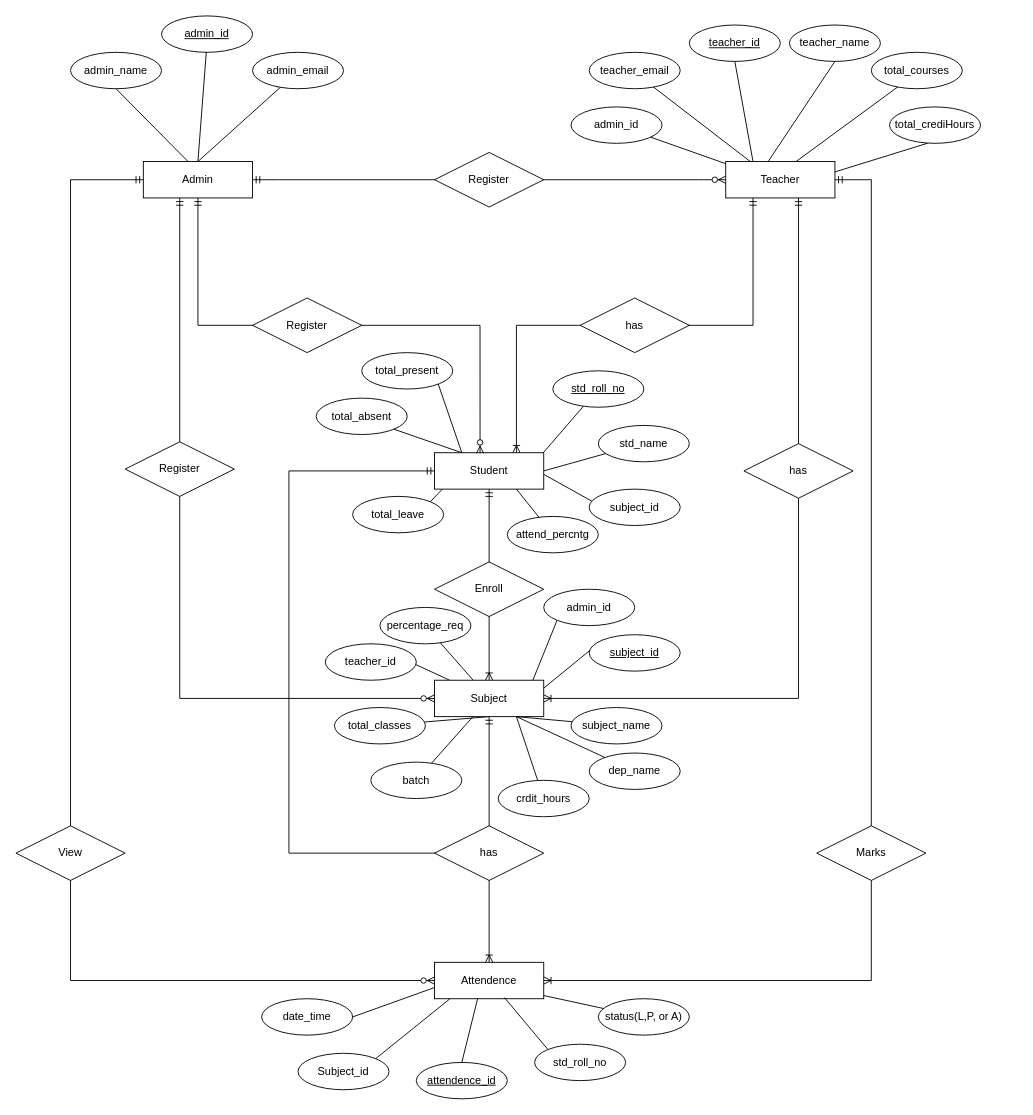
Before: Erd(attendance_manager).drawio in Muradali-786/fyp-thesis, a draw.io diagram. Source tidied: cells renumbered, new cells numbered last; positions are measured from the earlier drawing's top-left corner, leaving out a move shared by most shapes. Both pictures are drawn from the tidied source at 91%, with x=0, y=0 at pixel (15, 15).
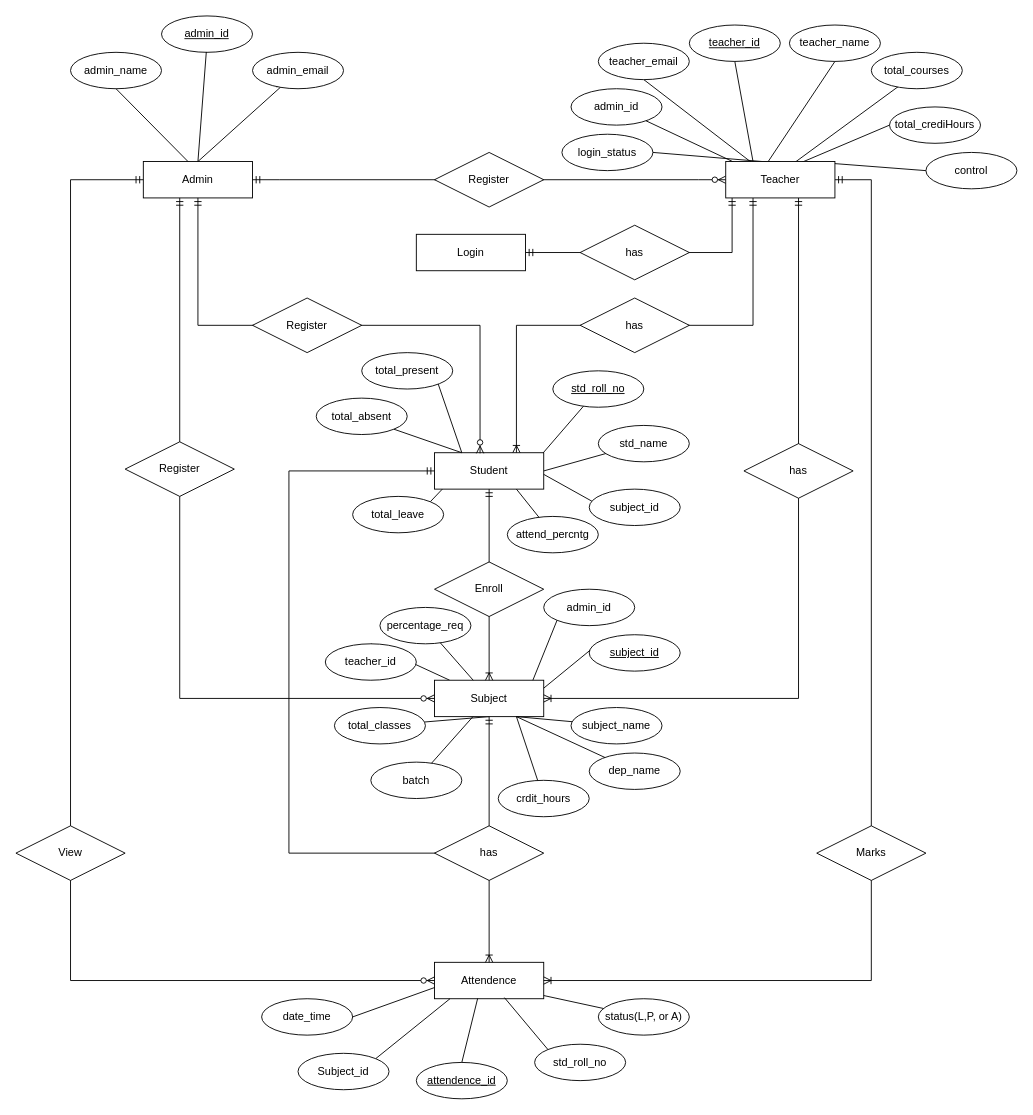
Above is the later version.

Commit message (it also covers changes not shown here):
erd and thesis re-correct

The change refers to these unchanged cells:
```xml
<mxCell id="62" value="total_crediHours" style="ellipse;whiteSpace=wrap;html=1;align=center;" parent="1" vertex="1">
  <mxGeometry x="960" y="100" width="100" height="40" as="geometry" />
</mxCell>
```

Diff of the diagram source:
```diff
@@
+    <mxCell id="87" style="endArrow=none;html=1;rounded=0;entryX=0;entryY=0.5;entryDx=0;entryDy=0;exitX=0.75;exitY=0;exitDx=0;exitDy=0;" parent="1" edge="1" source="20" target="93">
+      <mxGeometry relative="1" as="geometry" />
+    </mxCell>
@@
-    <mxCell id="12" style="endArrow=none;html=1;rounded=0;exitX=0.25;exitY=0;exitDx=0;exitDy=0;entryX=0.419;entryY=0.997;entryDx=0;entryDy=0;entryPerimeter=0;" parent="1" edge="1" target="62">
-      <mxGeometry relative="1" as="geometry">
-        <mxPoint x="840" y="190" as="sourcePoint" />
-      </mxGeometry>
+    <mxCell id="12" style="endArrow=none;html=1;rounded=0;entryX=0;entryY=0.5;entryDx=0;entryDy=0;exitX=0.686;exitY=0.035;exitDx=0;exitDy=0;exitPerimeter=0;" parent="1" edge="1" source="20" target="62">
+      <mxGeometry relative="1" as="geometry" />
     </mxCell>
@@
-    <mxCell id="20" value="Teacher" style="whiteSpace=wrap;html=1;align=center;" parent="1" vertex="1">
-      <mxGeometry x="780" y="160" width="120" height="40" as="geometry" />
-    </mxCell>
@@
     <mxCell id="60" value="teacher_email" style="ellipse;whiteSpace=wrap;html=1;align=center;" parent="1" vertex="1">
-      <mxGeometry x="630" y="40" width="100" height="40" as="geometry" />
+      <mxGeometry x="640" y="30" width="100" height="40" as="geometry" />
     </mxCell>
@@
     <mxCell id="85" value="admin_id" style="ellipse;whiteSpace=wrap;html=1;align=center;" parent="1" vertex="1">
-      <mxGeometry x="610" y="100" width="100" height="40" as="geometry" />
+      <mxGeometry x="610" y="80" width="100" height="40" as="geometry" />
     </mxCell>
@@
+    <mxCell id="88" style="fontSize=12;html=1;endArrow=ERmandOne;startArrow=ERmandOne;rounded=0;edgeStyle=orthogonalEdgeStyle;entryX=1;entryY=0.5;entryDx=0;entryDy=0;endFill=0;" parent="1" edge="1" target="89">
+      <mxGeometry relative="1" as="geometry">
+        <mxPoint x="787" y="200" as="sourcePoint" />
+        <Array as="points">
+          <mxPoint x="787" y="260" />
+        </Array>
+      </mxGeometry>
+    </mxCell>
+    <mxCell id="89" value="Login" style="whiteSpace=wrap;html=1;align=center;" parent="1" vertex="1">
+      <mxGeometry x="440" y="240" width="120" height="40" as="geometry" />
+    </mxCell>
+    <mxCell id="90" value="has" style="shape=rhombus;perimeter=rhombusPerimeter;whiteSpace=wrap;html=1;align=center;" parent="1" vertex="1">
+      <mxGeometry x="620" y="230" width="120" height="60" as="geometry" />
+    </mxCell>
+    <mxCell id="91" value="login_status" style="ellipse;whiteSpace=wrap;html=1;align=center;" parent="1" vertex="1">
+      <mxGeometry x="600" y="130" width="100" height="40" as="geometry" />
+    </mxCell>
+    <mxCell id="92" style="endArrow=none;html=1;rounded=0;exitX=0.5;exitY=0;exitDx=0;exitDy=0;entryX=1;entryY=0.5;entryDx=0;entryDy=0;" parent="1" edge="1" source="20" target="91">
+      <mxGeometry relative="1" as="geometry">
+        <Array as="points">
+          <mxPoint x="820" y="160" />
+        </Array>
+      </mxGeometry>
+    </mxCell>
+    <mxCell id="20" value="Teacher" style="whiteSpace=wrap;html=1;align=center;" parent="1" vertex="1">
+      <mxGeometry x="780" y="160" width="120" height="40" as="geometry" />
+    </mxCell>
+    <mxCell id="93" value="control" style="ellipse;whiteSpace=wrap;html=1;align=center;" parent="1" vertex="1">
+      <mxGeometry x="1000" y="150" width="100" height="40" as="geometry" />
+    </mxCell>
```
